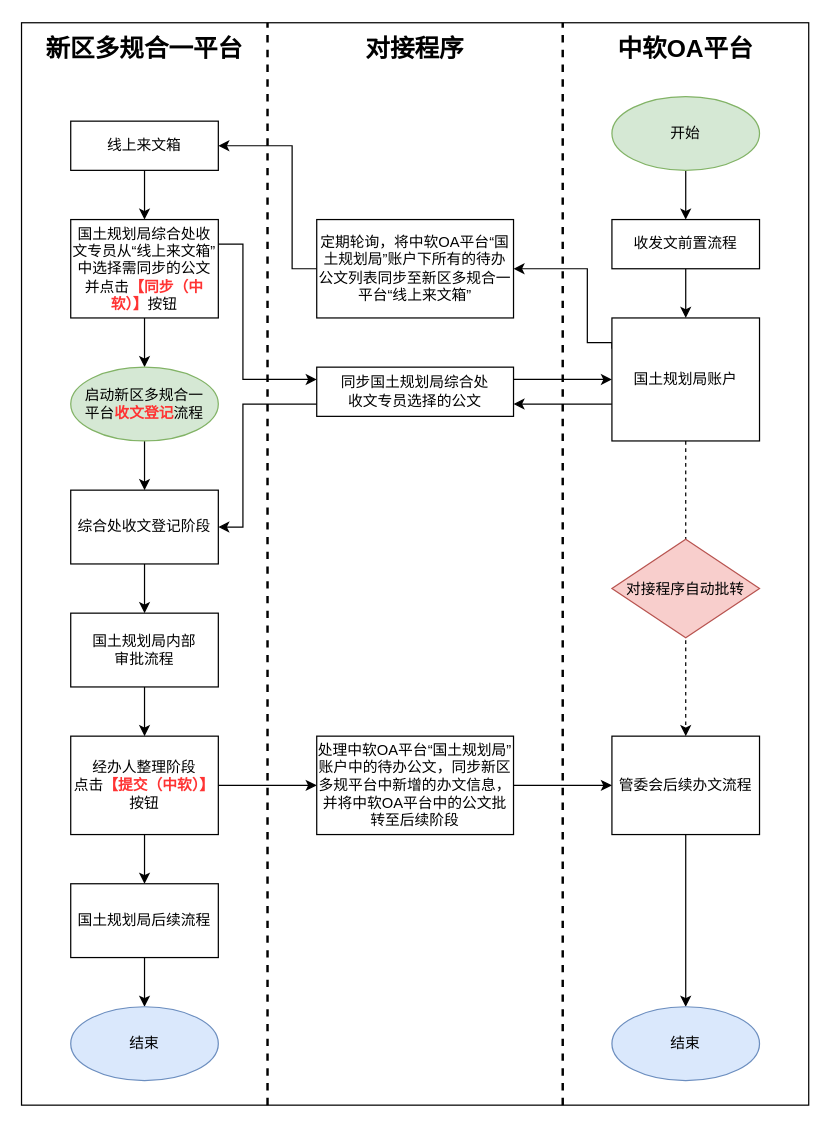
This is page "公文模块对接1" (2 of 8) of 中软对接.drawio from 806100963/draw.io, a draw.io file, before an edit. Source tidied: cells renumbered, new cells numbered last; positions are measured from the earlier drawing's top-left corner, leaving out a move shared by most shapes. Both pictures are drawn from the tidied source at 123%, with x=0, y=0 at pixel (21, 22).
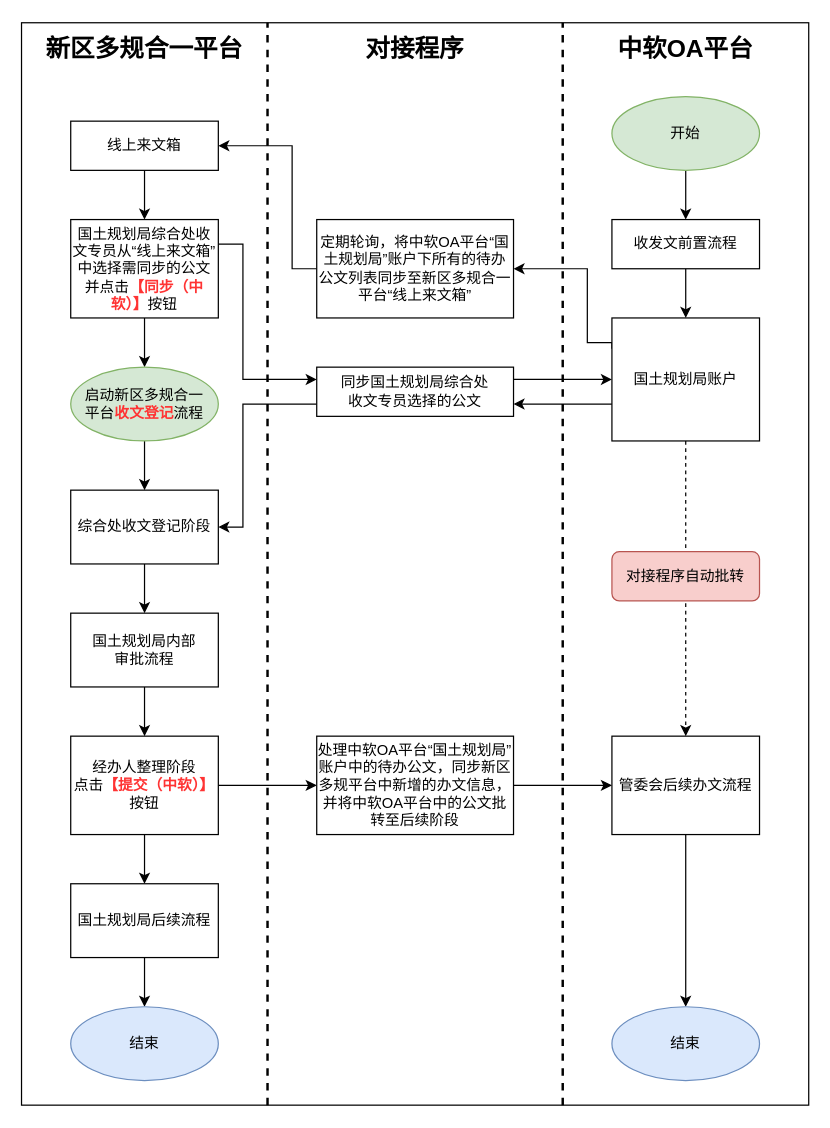
The same diagram, later.

Change to the diagram source:
```diff
@@
-    <mxCell id="43" value="&lt;p&gt;&lt;/p&gt;&lt;div style=&quot;text-align: justify ; line-height: 100% ; font-size: 12px&quot;&gt;对接程序自动批转&lt;/div&gt;&lt;p&gt;&lt;/p&gt;" style="rhombus;whiteSpace=wrap;html=1;fontSize=20;align=center;spacing=0;fillColor=#f8cecc;strokeColor=#b85450;" parent="1" vertex="1">
-      <mxGeometry x="480" y="420" width="120" height="80" as="geometry" />
+    <mxCell id="43" value="&lt;span style=&quot;text-align: justify&quot;&gt;对接程序自动批转&lt;/span&gt;" style="rounded=1;whiteSpace=wrap;html=1;fillColor=#f8cecc;strokeColor=#b85450;" parent="1" vertex="1">
+      <mxGeometry x="480" y="430" width="120" height="40" as="geometry" />
     </mxCell>
```
